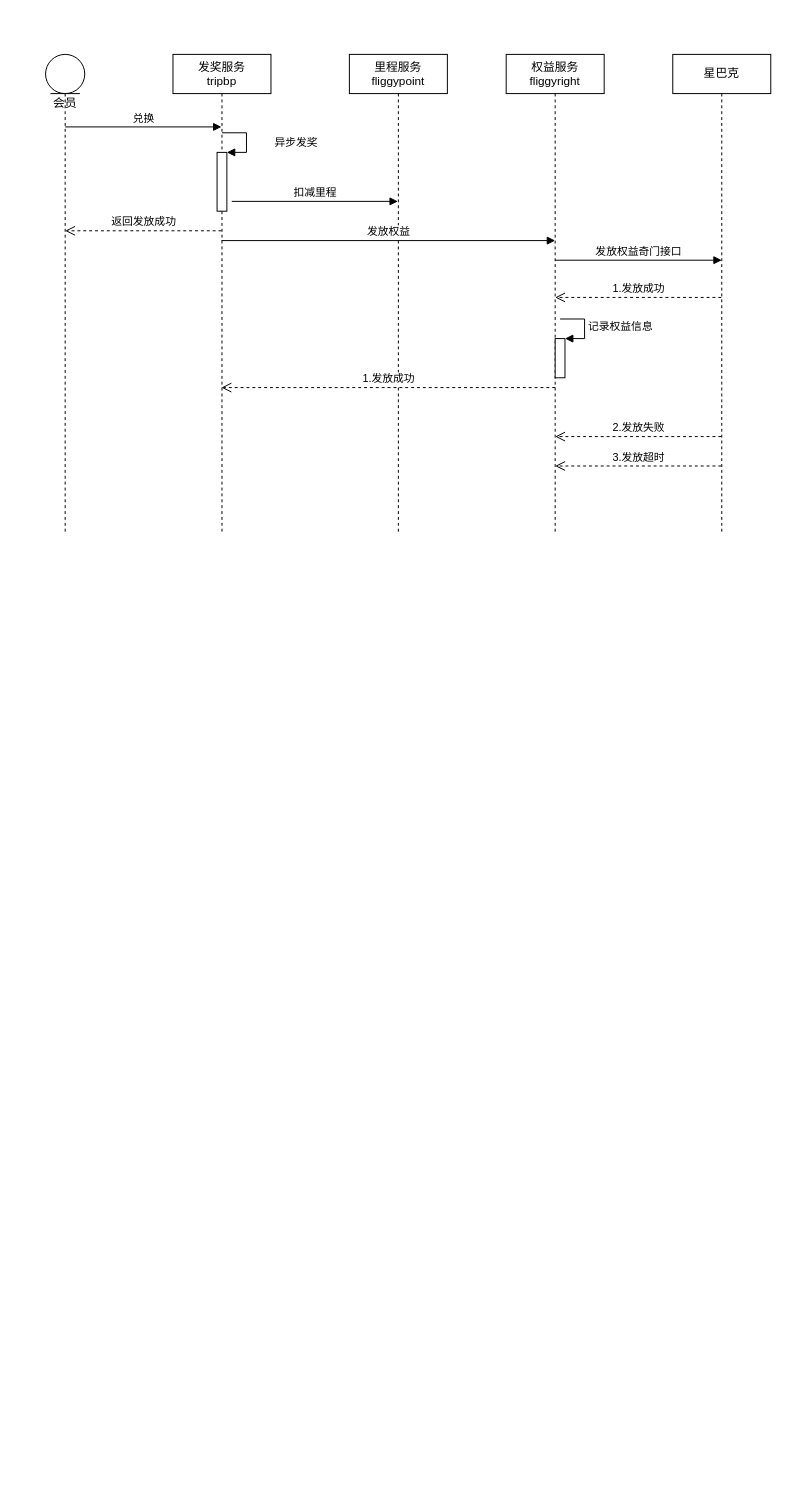
Earlier version of the draw.io diagram page "发放权益" (9 of 9) of 会员成长平台.drawio (renqiuming/drawio). Source tidied: cells renumbered, new cells numbered last; positions are measured from the earlier drawing's top-left corner, leaving out a move shared by most shapes. Both pictures are drawn from the tidied source at 98%, with x=0, y=0 at pixel (45, 54).
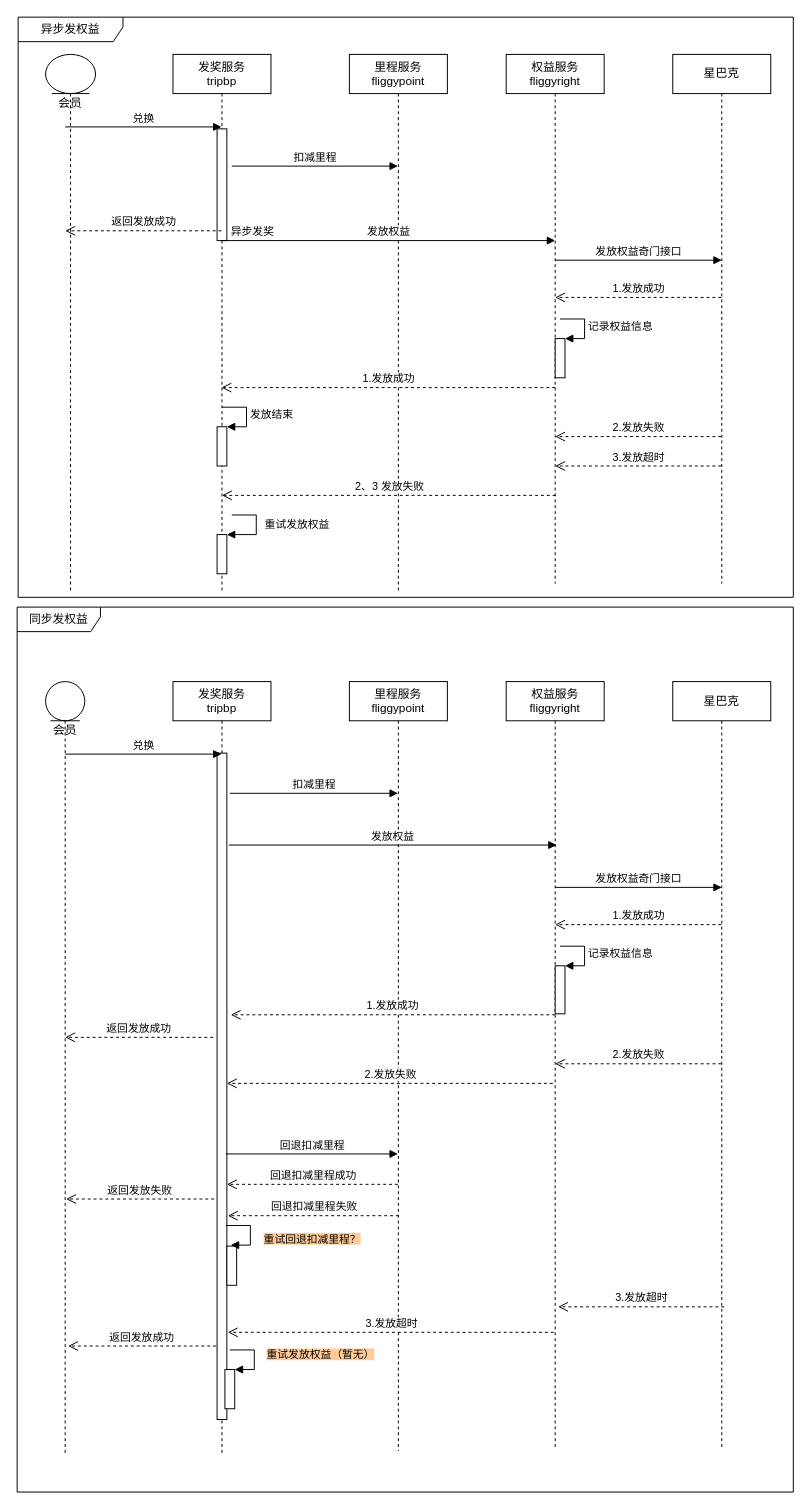
The same page after the edit.

Commit message:
更新会员成长平台.drawio

Unchanged cells that the change refers to:
```xml
<mxCell id="14" value="发放权益" style="html=1;verticalAlign=bottom;endArrow=block;" parent="1" edge="1" source="2">
  <mxGeometry relative="1" as="geometry">
    <mxPoint x="520" y="190" as="targetPoint" />
  </mxGeometry>
</mxCell>
```

What changed in the source:
```diff
@@
+    <mxCell id="20" value="异步发权益" style="shape=umlFrame;whiteSpace=wrap;html=1;width=107;height=25;" parent="1" vertex="1">
+      <mxGeometry x="-28" y="-38" width="791" height="592" as="geometry" />
+    </mxCell>
+    <mxCell id="21" value="同步发权益" style="shape=umlFrame;whiteSpace=wrap;html=1;width=85;height=25;" parent="1" vertex="1">
+      <mxGeometry x="-29" y="564" width="792" height="903" as="geometry" />
+    </mxCell>
     <mxCell id="2" value="发奖服务&lt;br&gt;tripbp" style="shape=umlLifeline;perimeter=lifelinePerimeter;whiteSpace=wrap;html=1;outlineConnect=0;" parent="1" vertex="1">
-      <mxGeometry x="130" width="100" height="490" as="geometry" />
+      <mxGeometry x="130" width="100" height="550" as="geometry" />
     </mxCell>
     <mxCell id="3" style="html=1;points=[];perimeter=orthogonalPerimeter;" parent="2" vertex="1">
-      <mxGeometry x="45" y="100" width="10" height="60" as="geometry" />
+      <mxGeometry x="45" y="76" width="10" height="114" as="geometry" />
     </mxCell>
-    <mxCell id="4" value="异步发奖" style="edgeStyle=orthogonalEdgeStyle;html=1;align=left;spacingLeft=2;endArrow=block;rounded=0;entryX=1;entryY=0;" parent="2" edge="1" target="3">
-      <mxGeometry x="0.08" y="25" relative="1" as="geometry">
-        <mxPoint x="50" y="80" as="sourcePoint" />
-        <Array as="points">
-          <mxPoint x="75" y="80" />
-        </Array>
-      </mxGeometry>
-    </mxCell>
+    <mxCell id="22" style="html=1;points=[];perimeter=orthogonalPerimeter;" parent="2" vertex="1">
+      <mxGeometry x="45" y="490" width="10" height="40" as="geometry" />
+    </mxCell>
+    <mxCell id="23" value="重试发放权益" style="edgeStyle=orthogonalEdgeStyle;html=1;align=left;spacingLeft=2;endArrow=block;rounded=0;entryX=1;entryY=0;" parent="2" edge="1" target="22">
+      <mxGeometry x="-0.07" y="5" relative="1" as="geometry">
+        <mxPoint x="60" y="470" as="sourcePoint" />
+        <Array as="points">
+          <mxPoint x="85" y="470" />
+        </Array>
+      </mxGeometry>
+    </mxCell>
+    <mxCell id="24" style="html=1;points=[];perimeter=orthogonalPerimeter;" parent="2" vertex="1">
+      <mxGeometry x="45" y="380" width="10" height="40" as="geometry" />
+    </mxCell>
+    <mxCell id="25" value="发放结束" style="edgeStyle=orthogonalEdgeStyle;html=1;align=left;spacingLeft=2;endArrow=block;rounded=0;entryX=1;entryY=0;" parent="2" edge="1" target="24">
+      <mxGeometry relative="1" as="geometry">
+        <mxPoint x="50" y="360" as="sourcePoint" />
+        <Array as="points">
+          <mxPoint x="75" y="360" />
+        </Array>
+      </mxGeometry>
+    </mxCell>
     <mxCell id="5" value="会员" style="shape=umlLifeline;participant=umlEntity;perimeter=lifelinePerimeter;whiteSpace=wrap;html=1;verticalAlign=top;spacingTop=36;" parent="1" vertex="1">
-      <mxGeometry width="40" height="490" as="geometry" />
+      <mxGeometry width="51" height="550" as="geometry" />
     </mxCell>
@@
     <mxCell id="8" value="里程服务 fliggypoint" style="shape=umlLifeline;perimeter=lifelinePerimeter;whiteSpace=wrap;html=1;outlineConnect=0;" parent="1" vertex="1">
-      <mxGeometry x="310" width="100" height="490" as="geometry" />
+      <mxGeometry x="310" width="100" height="550" as="geometry" />
     </mxCell>
-    <mxCell id="9" value="扣减里程" style="html=1;verticalAlign=bottom;endArrow=block;" parent="1" edge="1" target="8">
+    <mxCell id="9" value="扣减里程" style="html=1;verticalAlign=bottom;endArrow=block;" parent="1" edge="1">
       <mxGeometry relative="1" as="geometry">
-        <mxPoint x="190" y="150" as="sourcePoint" />
+        <mxPoint x="190" y="114" as="sourcePoint" />
+        <mxPoint x="359.5" y="114" as="targetPoint" />
       </mxGeometry>
     </mxCell>
     <mxCell id="10" value="权益服务 fliggyright" style="shape=umlLifeline;perimeter=lifelinePerimeter;whiteSpace=wrap;html=1;" parent="1" vertex="1">
-      <mxGeometry x="470" width="100" height="490" as="geometry" />
+      <mxGeometry x="470" width="100" height="540" as="geometry" />
     </mxCell>
@@
+    <mxCell id="4" value="异步发奖" style="edgeLabel;html=1;align=center;verticalAlign=middle;" parent="14" vertex="1">
+      <mxGeometry x="-0.92" y="4" relative="1" as="geometry">
+        <mxPoint x="16.5" y="-6" as="offset" />
+      </mxGeometry>
+    </mxCell>
     <mxCell id="15" value="星巴克" style="shape=umlLifeline;perimeter=lifelinePerimeter;whiteSpace=wrap;html=1;" parent="1" vertex="1">
-      <mxGeometry x="640" width="100" height="490" as="geometry" />
+      <mxGeometry x="640" width="100" height="540" as="geometry" />
     </mxCell>
@@
+    <mxCell id="26" value="2、3 发放失败" style="html=1;verticalAlign=bottom;endArrow=open;dashed=1;endSize=8;" parent="1" edge="1">
+      <mxGeometry relative="1" as="geometry">
+        <mxPoint x="520.5" y="450" as="sourcePoint" />
+        <mxPoint x="180" y="450" as="targetPoint" />
+      </mxGeometry>
+    </mxCell>
+    <mxCell id="27" value="发奖服务&lt;br&gt;tripbp" style="shape=umlLifeline;perimeter=lifelinePerimeter;whiteSpace=wrap;html=1;" parent="1" vertex="1">
+      <mxGeometry x="130" y="640" width="100" height="788" as="geometry" />
+    </mxCell>
+    <mxCell id="28" style="html=1;perimeter=orthogonalPerimeter;" parent="27" vertex="1">
+      <mxGeometry x="45" y="73" width="10" height="680" as="geometry" />
+    </mxCell>
+    <mxCell id="29" value="回退扣减里程成功" style="html=1;verticalAlign=bottom;endArrow=open;dashed=1;endSize=8;" parent="27" edge="1">
+      <mxGeometry relative="1" as="geometry">
+        <mxPoint x="229.5" y="513" as="sourcePoint" />
+        <mxPoint x="55" y="513" as="targetPoint" />
+      </mxGeometry>
+    </mxCell>
+    <mxCell id="30" style="html=1;perimeter=orthogonalPerimeter;" parent="27" vertex="1">
+      <mxGeometry x="55" y="576" width="10" height="40" as="geometry" />
+    </mxCell>
+    <mxCell id="31" value="&lt;span style=&quot;background-color: rgb(255 , 204 , 153)&quot;&gt;重试回退扣减里程？&lt;/span&gt;" style="edgeStyle=orthogonalEdgeStyle;html=1;align=left;spacingLeft=2;endArrow=block;rounded=0;entryX=1;entryY=0;" parent="27" edge="1">
+      <mxGeometry x="0.2" y="10" relative="1" as="geometry">
+        <mxPoint x="54" y="555" as="sourcePoint" />
+        <mxPoint x="59" y="575" as="targetPoint" />
+        <Array as="points">
+          <mxPoint x="79" y="555" />
+        </Array>
+      </mxGeometry>
+    </mxCell>
+    <mxCell id="32" style="html=1;points=[];perimeter=orthogonalPerimeter;" parent="27" vertex="1">
+      <mxGeometry x="53" y="702" width="10" height="40" as="geometry" />
+    </mxCell>
+    <mxCell id="33" value="&lt;span style=&quot;background-color: rgb(255 , 204 , 153)&quot;&gt;重试发放权益（暂无）&lt;/span&gt;" style="edgeStyle=orthogonalEdgeStyle;html=1;align=left;spacingLeft=2;endArrow=block;rounded=0;entryX=1;entryY=0;" parent="27" edge="1" target="32">
+      <mxGeometry x="-0.08" y="9" relative="1" as="geometry">
+        <mxPoint x="58" y="682" as="sourcePoint" />
+        <Array as="points">
+          <mxPoint x="83" y="682" />
+        </Array>
+      </mxGeometry>
+    </mxCell>
+    <mxCell id="34" value="会员" style="shape=umlLifeline;participant=umlEntity;perimeter=lifelinePerimeter;whiteSpace=wrap;html=1;verticalAlign=top;spacingTop=36;" parent="1" vertex="1">
+      <mxGeometry y="640" width="40" height="787" as="geometry" />
+    </mxCell>
+    <mxCell id="35" value="兑换" style="html=1;verticalAlign=bottom;endArrow=block;" parent="34" edge="1">
+      <mxGeometry relative="1" as="geometry">
+        <mxPoint x="20" y="74" as="sourcePoint" />
+        <mxPoint x="179.5" y="74" as="targetPoint" />
+      </mxGeometry>
+    </mxCell>
+    <mxCell id="36" value="返回发放成功" style="html=1;verticalAlign=bottom;endArrow=open;dashed=1;endSize=8;" parent="34" edge="1">
+      <mxGeometry relative="1" as="geometry">
+        <mxPoint x="171" y="363" as="sourcePoint" />
+        <mxPoint x="20" y="363" as="targetPoint" />
+      </mxGeometry>
+    </mxCell>
+    <mxCell id="37" value="里程服务 fliggypoint" style="shape=umlLifeline;perimeter=lifelinePerimeter;whiteSpace=wrap;html=1;outlineConnect=0;" parent="1" vertex="1">
+      <mxGeometry x="310" y="640" width="100" height="785" as="geometry" />
+    </mxCell>
+    <mxCell id="38" value="扣减里程" style="html=1;verticalAlign=bottom;endArrow=block;" parent="1" edge="1">
+      <mxGeometry relative="1" as="geometry">
+        <mxPoint x="188" y="754" as="sourcePoint" />
+        <mxPoint x="359.5" y="754" as="targetPoint" />
+      </mxGeometry>
+    </mxCell>
+    <mxCell id="39" value="权益服务 fliggyright" style="shape=umlLifeline;perimeter=lifelinePerimeter;whiteSpace=wrap;html=1;" parent="1" vertex="1">
+      <mxGeometry x="470" y="640" width="100" height="784" as="geometry" />
+    </mxCell>
+    <mxCell id="40" value="1.发放成功" style="html=1;verticalAlign=bottom;endArrow=open;dashed=1;endSize=8;" parent="39" edge="1">
+      <mxGeometry relative="1" as="geometry">
+        <mxPoint x="219.5" y="248" as="sourcePoint" />
+        <mxPoint x="50" y="248" as="targetPoint" />
+      </mxGeometry>
+    </mxCell>
+    <mxCell id="41" style="html=1;points=[];perimeter=orthogonalPerimeter;" parent="39" vertex="1">
+      <mxGeometry x="50" y="290" width="10" height="49" as="geometry" />
+    </mxCell>
+    <mxCell id="42" value="记录权益信息" style="edgeStyle=orthogonalEdgeStyle;html=1;align=left;spacingLeft=2;endArrow=block;rounded=0;entryX=1;entryY=0;" parent="39" edge="1" target="41">
+      <mxGeometry relative="1" as="geometry">
+        <mxPoint x="55" y="270" as="sourcePoint" />
+        <Array as="points">
+          <mxPoint x="80" y="270" />
+        </Array>
+      </mxGeometry>
+    </mxCell>
+    <mxCell id="43" value="发放权益" style="html=1;verticalAlign=bottom;endArrow=block;exitX=1;exitY=0.319;exitDx=0;exitDy=0;exitPerimeter=0;" parent="1" edge="1">
+      <mxGeometry relative="1" as="geometry">
+        <mxPoint x="187" y="806.8" as="sourcePoint" />
+        <mxPoint x="521.5" y="806.8" as="targetPoint" />
+      </mxGeometry>
+    </mxCell>
+    <mxCell id="44" value="星巴克" style="shape=umlLifeline;perimeter=lifelinePerimeter;whiteSpace=wrap;html=1;" parent="1" vertex="1">
+      <mxGeometry x="640" y="640" width="100" height="781" as="geometry" />
+    </mxCell>
+    <mxCell id="45" value="发放权益奇门接口" style="html=1;verticalAlign=bottom;endArrow=block;" parent="1" edge="1">
+      <mxGeometry relative="1" as="geometry">
+        <mxPoint x="520" y="850" as="sourcePoint" />
+        <mxPoint x="690" y="850" as="targetPoint" />
+      </mxGeometry>
+    </mxCell>
+    <mxCell id="46" value="1.发放成功" style="html=1;verticalAlign=bottom;endArrow=open;dashed=1;endSize=8;" parent="1" edge="1">
+      <mxGeometry relative="1" as="geometry">
+        <mxPoint x="520" y="980" as="sourcePoint" />
+        <mxPoint x="189" y="980" as="targetPoint" />
+      </mxGeometry>
+    </mxCell>
+    <mxCell id="47" value="2.发放失败" style="html=1;verticalAlign=bottom;endArrow=open;dashed=1;endSize=8;" parent="1" edge="1">
+      <mxGeometry relative="1" as="geometry">
+        <mxPoint x="689.5" y="1030" as="sourcePoint" />
+        <mxPoint x="520" y="1030" as="targetPoint" />
+      </mxGeometry>
+    </mxCell>
+    <mxCell id="48" value="3.发放超时" style="html=1;verticalAlign=bottom;endArrow=open;dashed=1;endSize=8;" parent="1" edge="1">
+      <mxGeometry relative="1" as="geometry">
+        <mxPoint x="692.5" y="1278" as="sourcePoint" />
+        <mxPoint x="523" y="1278" as="targetPoint" />
+      </mxGeometry>
+    </mxCell>
+    <mxCell id="49" value="2.发放失败" style="html=1;verticalAlign=bottom;endArrow=open;dashed=1;endSize=8;" parent="1" edge="1">
+      <mxGeometry relative="1" as="geometry">
+        <mxPoint x="517.5" y="1050" as="sourcePoint" />
+        <mxPoint x="185" y="1050" as="targetPoint" />
+      </mxGeometry>
+    </mxCell>
+    <mxCell id="50" value="回退扣减里程" style="html=1;verticalAlign=bottom;endArrow=block;" parent="1" edge="1" target="37">
+      <mxGeometry relative="1" as="geometry">
+        <mxPoint x="184" y="1122" as="sourcePoint" />
+      </mxGeometry>
+    </mxCell>
+    <mxCell id="51" value="返回发放失败" style="html=1;verticalAlign=bottom;endArrow=open;dashed=1;endSize=8;" parent="1" edge="1">
+      <mxGeometry relative="1" as="geometry">
+        <mxPoint x="172" y="1168" as="sourcePoint" />
+        <mxPoint x="21" y="1168" as="targetPoint" />
+      </mxGeometry>
+    </mxCell>
+    <mxCell id="52" value="回退扣减里程失败" style="html=1;verticalAlign=bottom;endArrow=open;dashed=1;endSize=8;" parent="1" edge="1">
+      <mxGeometry relative="1" as="geometry">
+        <mxPoint x="360.5" y="1185" as="sourcePoint" />
+        <mxPoint x="186" y="1185" as="targetPoint" />
+      </mxGeometry>
+    </mxCell>
+    <mxCell id="53" value="3.发放超时" style="html=1;verticalAlign=bottom;endArrow=open;dashed=1;endSize=8;" parent="1" edge="1">
+      <mxGeometry relative="1" as="geometry">
+        <mxPoint x="518.5" y="1304" as="sourcePoint" />
+        <mxPoint x="186" y="1304" as="targetPoint" />
+      </mxGeometry>
+    </mxCell>
+    <mxCell id="54" value="返回发放成功" style="html=1;verticalAlign=bottom;endArrow=open;dashed=1;endSize=8;" parent="1" edge="1">
+      <mxGeometry relative="1" as="geometry">
+        <mxPoint x="174" y="1318" as="sourcePoint" />
+        <mxPoint x="23" y="1318" as="targetPoint" />
+      </mxGeometry>
+    </mxCell>
```
